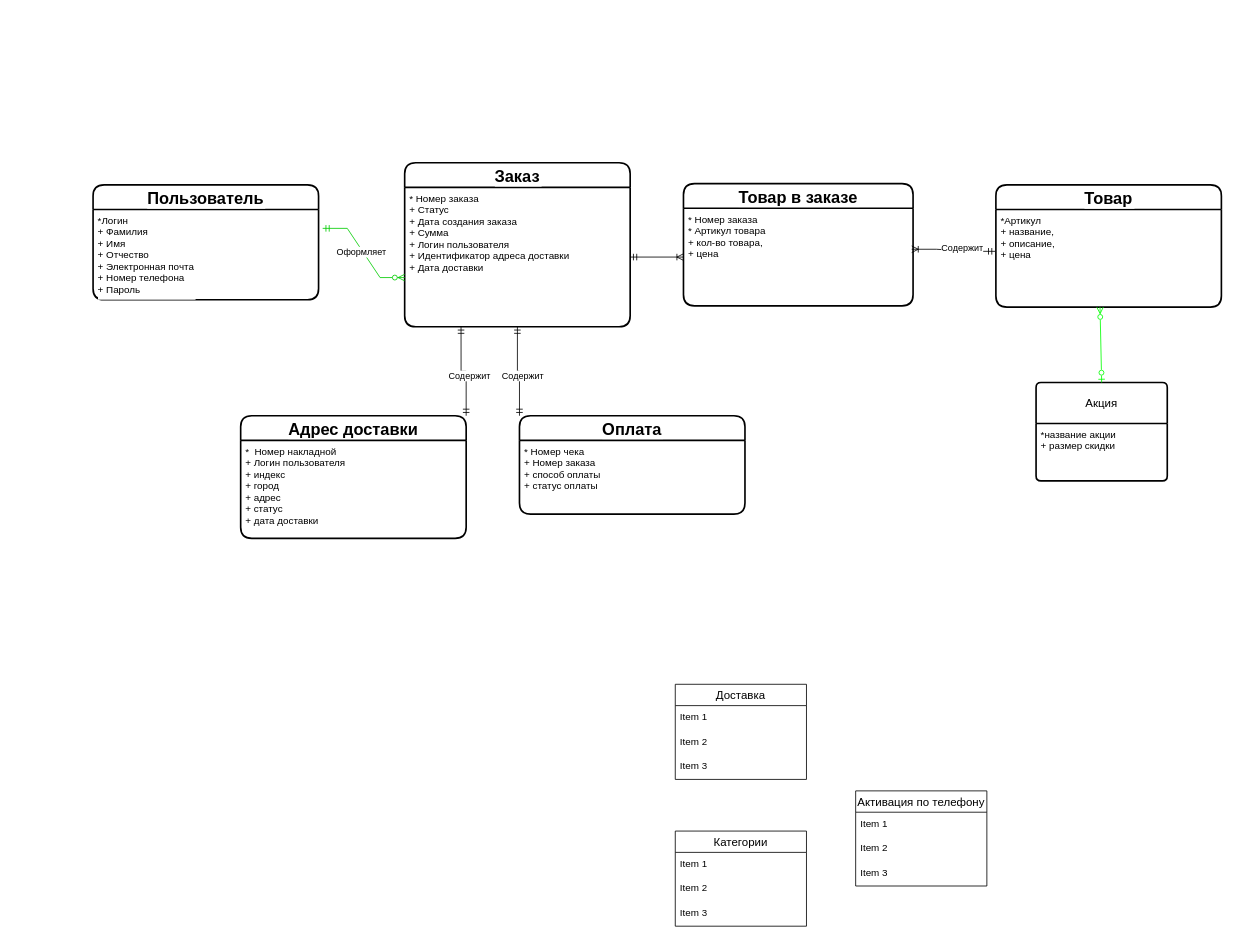
This is Диаграмма без названия.drawio from nadinzagadka/-, a draw.io file, before an edit. Source tidied: cells renumbered, new cells numbered last; positions are measured from the earlier drawing's top-left corner, leaving out a move shared by most shapes. Both pictures are drawn from the tidied source at 82%, with x=0, y=0 at pixel (93, 57).
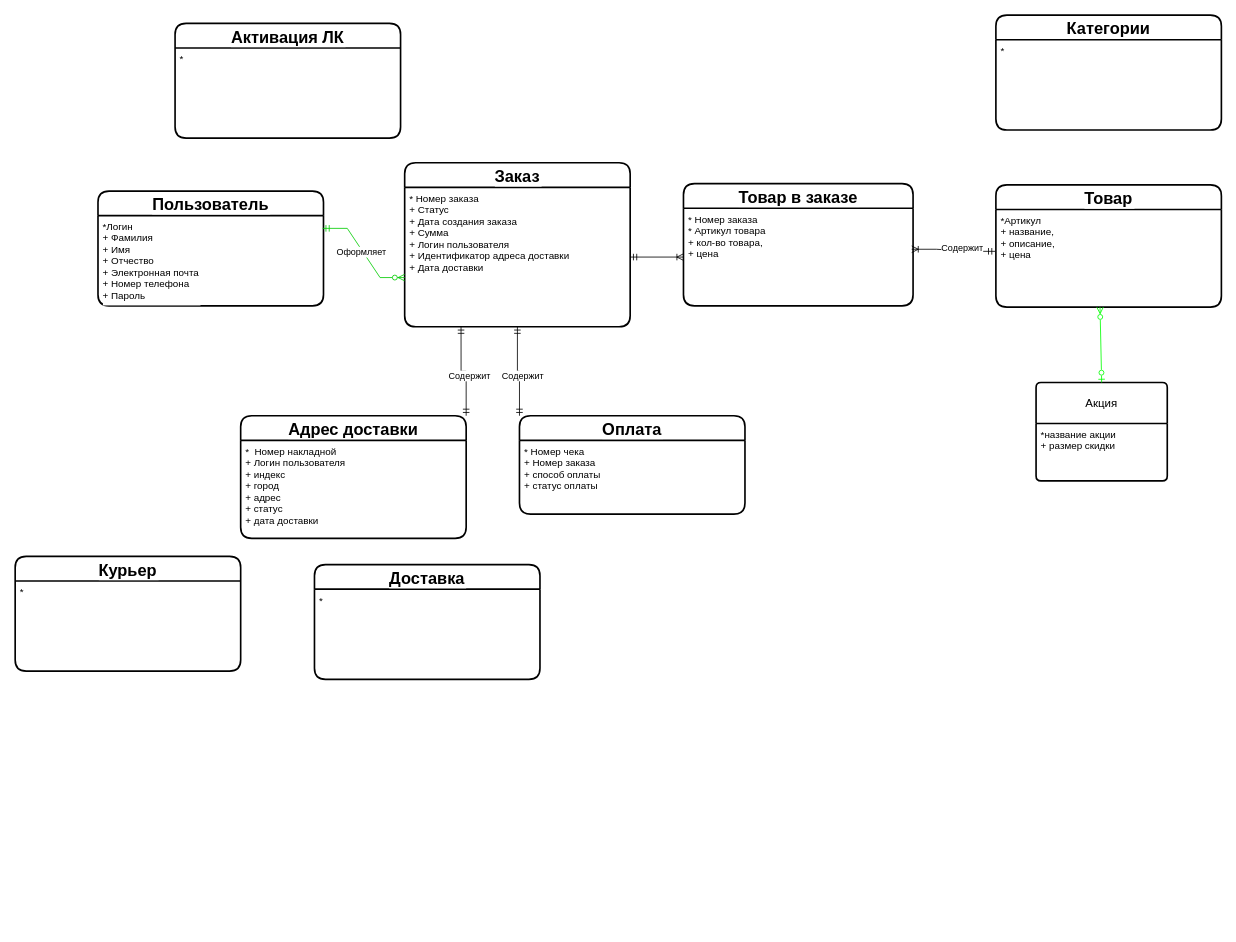
After the change.

Diff of the diagram source:
```diff
@@
-    <mxCell id="2" value="Доставка" style="swimlane;fontStyle=0;horizontal=1;startSize=26;align=center;fontSize=14;" parent="1" vertex="1">
-      <mxGeometry x="710" y="764" width="160" height="116" as="geometry" />
-    </mxCell>
-    <mxCell id="3" value="Item 1" style="text;strokeColor=none;fillColor=none;spacingLeft=4;spacingRight=4;overflow=hidden;fontSize=12;whiteSpace=wrap;html=1;" parent="2" vertex="1">
-      <mxGeometry y="26" width="160" height="30" as="geometry" />
-    </mxCell>
-    <mxCell id="4" value="Item 2" style="text;strokeColor=none;fillColor=none;spacingLeft=4;spacingRight=4;overflow=hidden;fontSize=12;whiteSpace=wrap;html=1;" parent="2" vertex="1">
-      <mxGeometry y="56" width="160" height="30" as="geometry" />
-    </mxCell>
-    <mxCell id="5" value="Item 3" style="text;strokeColor=none;fillColor=none;spacingLeft=4;spacingRight=4;overflow=hidden;fontSize=12;whiteSpace=wrap;html=1;" parent="2" vertex="1">
-      <mxGeometry y="86" width="160" height="30" as="geometry" />
-    </mxCell>
-    <mxCell id="6" value="Категории" style="swimlane;fontStyle=0;horizontal=1;startSize=26;align=center;fontSize=14;" parent="1" vertex="1">
-      <mxGeometry x="710" y="943" width="160" height="116" as="geometry" />
-    </mxCell>
-    <mxCell id="7" value="Item 1" style="text;strokeColor=none;fillColor=none;spacingLeft=4;spacingRight=4;overflow=hidden;fontSize=12;whiteSpace=wrap;html=1;" parent="6" vertex="1">
-      <mxGeometry y="26" width="160" height="30" as="geometry" />
-    </mxCell>
-    <mxCell id="8" value="Item 2" style="text;strokeColor=none;fillColor=none;spacingLeft=4;spacingRight=4;overflow=hidden;fontSize=12;whiteSpace=wrap;html=1;" parent="6" vertex="1">
-      <mxGeometry y="56" width="160" height="30" as="geometry" />
-    </mxCell>
-    <mxCell id="9" value="Item 3" style="text;strokeColor=none;fillColor=none;spacingLeft=4;spacingRight=4;overflow=hidden;fontSize=12;whiteSpace=wrap;html=1;" parent="6" vertex="1">
-      <mxGeometry y="86" width="160" height="30" as="geometry" />
-    </mxCell>
-    <mxCell id="10" value="Активация по телефону" style="swimlane;fontStyle=0;horizontal=1;startSize=26;align=center;fontSize=14;" parent="1" vertex="1">
-      <mxGeometry x="930" y="894" width="160" height="116" as="geometry" />
-    </mxCell>
-    <mxCell id="11" value="Item 1" style="text;strokeColor=none;fillColor=none;spacingLeft=4;spacingRight=4;overflow=hidden;fontSize=12;whiteSpace=wrap;html=1;" parent="10" vertex="1">
-      <mxGeometry y="26" width="160" height="30" as="geometry" />
-    </mxCell>
-    <mxCell id="12" value="Item 2" style="text;strokeColor=none;fillColor=none;spacingLeft=4;spacingRight=4;overflow=hidden;fontSize=12;whiteSpace=wrap;html=1;" parent="10" vertex="1">
-      <mxGeometry y="56" width="160" height="30" as="geometry" />
-    </mxCell>
-    <mxCell id="13" value="Item 3" style="text;strokeColor=none;fillColor=none;spacingLeft=4;spacingRight=4;overflow=hidden;fontSize=12;whiteSpace=wrap;html=1;" parent="10" vertex="1">
-      <mxGeometry y="86" width="160" height="30" as="geometry" />
-    </mxCell>
     <mxCell id="14" value="Пользователь" style="swimlane;horizontal=1;startSize=30;rounded=1;fontSize=20;fontStyle=1;strokeWidth=2;shadow=0;dashed=0;align=center;labelBackgroundColor=#FFFFFF;labelBorderColor=none;" parent="1" vertex="1">
-      <mxGeometry y="155" width="275" height="140" as="geometry" />
+      <mxGeometry x="6" y="162.5" width="275" height="140" as="geometry" />
     </mxCell>
@@
+    <mxCell id="38" value="Курьер" style="swimlane;horizontal=1;startSize=30;rounded=1;fontSize=20;fontStyle=1;strokeWidth=2;shadow=0;dashed=0;align=center;labelBackgroundColor=#FFFFFF;labelBorderColor=none;" parent="1" vertex="1">
+      <mxGeometry x="-95" y="608" width="275" height="140" as="geometry" />
+    </mxCell>
+    <mxCell id="39" value="*" style="align=left;strokeColor=none;fillColor=none;spacingLeft=4;fontSize=12;verticalAlign=top;labelBackgroundColor=#FFFFFF;labelBorderColor=none;" parent="38" vertex="1">
+      <mxGeometry y="30" width="275" height="110" as="geometry" />
+    </mxCell>
+    <mxCell id="2" value="Доставка" style="swimlane;horizontal=1;startSize=30;rounded=1;fontSize=20;fontStyle=1;strokeWidth=2;shadow=0;dashed=0;align=center;labelBackgroundColor=#FFFFFF;labelBorderColor=none;" parent="1" vertex="1">
+      <mxGeometry x="270" y="618" width="275" height="140" as="geometry" />
+    </mxCell>
+    <mxCell id="40" value="*" style="align=left;strokeColor=none;fillColor=none;spacingLeft=4;fontSize=12;verticalAlign=top;labelBackgroundColor=#FFFFFF;labelBorderColor=none;" parent="2" vertex="1">
+      <mxGeometry y="30" width="275" height="110" as="geometry" />
+    </mxCell>
+    <mxCell id="41" value="Активация ЛК" style="swimlane;horizontal=1;startSize=30;rounded=1;fontSize=20;fontStyle=1;strokeWidth=2;shadow=0;dashed=0;align=center;labelBackgroundColor=#FFFFFF;labelBorderColor=none;" parent="1" vertex="1">
+      <mxGeometry x="100" y="-42" width="275" height="140" as="geometry" />
+    </mxCell>
+    <mxCell id="42" value="*" style="align=left;strokeColor=none;fillColor=none;spacingLeft=4;fontSize=12;verticalAlign=top;labelBackgroundColor=#FFFFFF;labelBorderColor=none;" parent="41" vertex="1">
+      <mxGeometry y="30" width="275" height="110" as="geometry" />
+    </mxCell>
+    <mxCell id="6" value="Категории" style="swimlane;horizontal=1;startSize=30;rounded=1;fontSize=20;fontStyle=1;strokeWidth=2;shadow=0;dashed=0;align=center;labelBackgroundColor=#FFFFFF;labelBorderColor=none;" parent="1" vertex="1">
+      <mxGeometry x="1101" y="-52" width="275" height="140" as="geometry" />
+    </mxCell>
+    <mxCell id="43" value="*" style="align=left;strokeColor=none;fillColor=none;spacingLeft=4;fontSize=12;verticalAlign=top;labelBackgroundColor=#FFFFFF;labelBorderColor=none;" parent="6" vertex="1">
+      <mxGeometry y="30" width="275" height="110" as="geometry" />
+    </mxCell>
```
